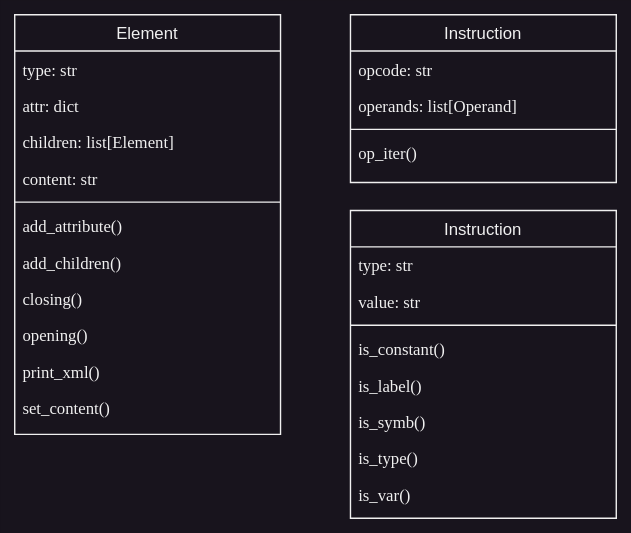
Above: img/class_diagram.svg in okurka12/ipp_project (draw.io), before the change. Source tidied: cells renumbered, new cells last; positions are measured from the earlier drawing's top-left corner, leaving out a move shared by most shapes.
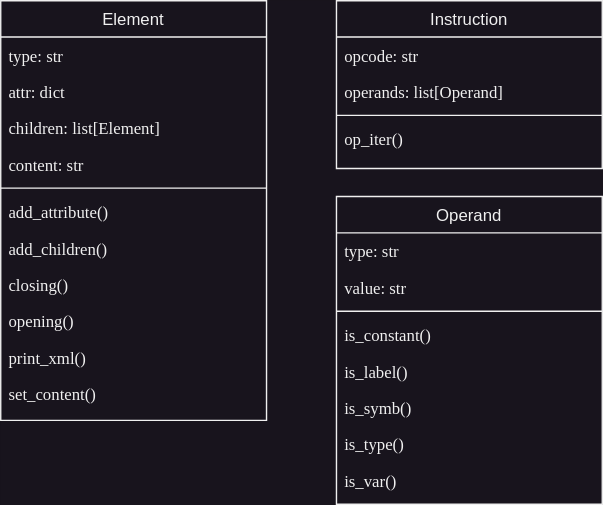
Later version of the same file.

What changed in the source:
```diff
@@ -17,7 +17,7 @@
     <mxCell id="6" value="op_iter()" style="text;align=left;verticalAlign=top;spacingLeft=4;spacingRight=4;overflow=hidden;fontFamily=Lucida Console;" parent="2" vertex="1">
       <mxGeometry y="86" width="190" height="26" as="geometry" />
     </mxCell>
-    <mxCell id="7" value="Instruction" style="swimlane;fontStyle=0;align=center;verticalAlign=top;horizontal=1;startSize=26;rounded=0;shadow=0;strokeWidth=1;" parent="1" vertex="1">
+    <mxCell id="7" value="Operand" style="swimlane;fontStyle=0;align=center;verticalAlign=top;horizontal=1;startSize=26;rounded=0;shadow=0;strokeWidth=1;" parent="1" vertex="1">
       <mxGeometry x="240" y="140" width="190" height="220" as="geometry" />
     </mxCell>
     <mxCell id="8" value="type: str" style="text;align=left;verticalAlign=top;spacingLeft=4;spacingRight=4;overflow=hidden;fontFamily=Lucida Console;" parent="7" vertex="1">
```
